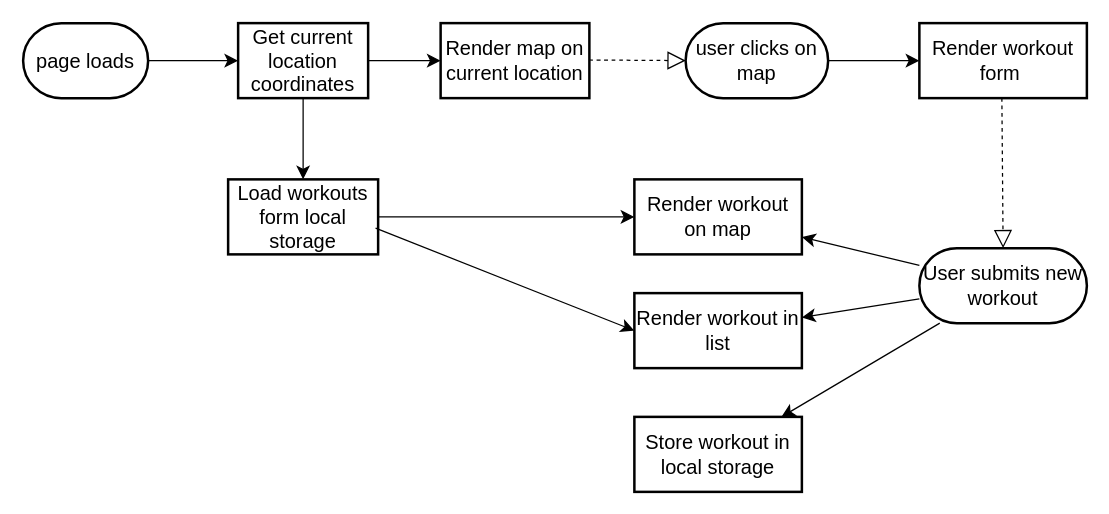
The draw.io diagram Untitled Diagram.drawio in HagarRagab/Mapty, before the edit. Source tidied: cells renumbered, new cells numbered last; positions are measured from the earlier drawing's top-left corner, leaving out a move shared by most shapes. Both pictures are drawn from the tidied source at 125%, with x=0, y=0 at pixel (22, 22).
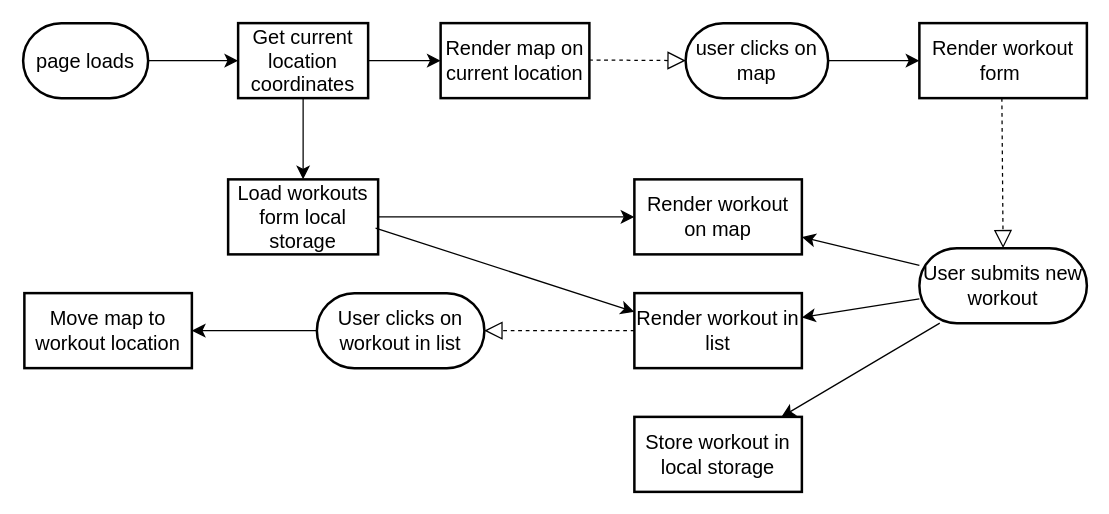
The same diagram, later.

The change refers to these unchanged cells:
```xml
<mxCell id="18" value="Render workout in list" style="rounded=1;whiteSpace=wrap;html=1;fontSize=16;strokeWidth=2;arcSize=0;" parent="1" vertex="1">
  <mxGeometry x="489" y="216" width="134" height="60" as="geometry" />
</mxCell>
<mxCell id="20" value="Load workouts form local storage" style="whiteSpace=wrap;html=1;fontSize=16;strokeWidth=2;" parent="1" vertex="1">
  <mxGeometry x="164" y="125" width="120" height="60" as="geometry" />
</mxCell>
```

Diff of the diagram source:
```diff
@@
-    <mxCell id="22" style="edgeStyle=none;curved=1;rounded=0;jettySize=auto;html=1;fontSize=12;startSize=8;endSize=8;entryX=0;entryY=0.5;entryDx=0;entryDy=0;exitX=0.983;exitY=0.65;exitDx=0;exitDy=0;exitPerimeter=0;" parent="1" edge="1" source="20" target="18">
+    <mxCell id="22" style="edgeStyle=none;curved=1;rounded=0;jettySize=auto;html=1;fontSize=12;startSize=8;endSize=8;entryX=0;entryY=0.25;entryDx=0;entryDy=0;exitX=0.983;exitY=0.65;exitDx=0;exitDy=0;exitPerimeter=0;" parent="1" edge="1" source="20" target="18">
       <mxGeometry relative="1" as="geometry" />
     </mxCell>
+    <mxCell id="23" style="edgeStyle=none;curved=1;rounded=0;jettySize=auto;html=1;fontSize=12;startSize=8;endSize=8;" parent="1" edge="1" source="24" target="25">
+      <mxGeometry relative="1" as="geometry" />
+    </mxCell>
+    <mxCell id="24" value="User clicks on workout in list" style="rounded=1;whiteSpace=wrap;html=1;fontSize=16;strokeWidth=2;arcSize=50;" parent="1" vertex="1">
+      <mxGeometry x="235" y="216" width="134" height="60" as="geometry" />
+    </mxCell>
+    <mxCell id="25" value="Move map to workout location" style="rounded=1;whiteSpace=wrap;html=1;fontSize=16;strokeWidth=2;arcSize=0;" parent="1" vertex="1">
+      <mxGeometry x="1" y="216" width="134" height="60" as="geometry" />
+    </mxCell>
+    <mxCell id="26" style="endArrow=block;dashed=1;endFill=0;endSize=12;html=1;rounded=0;fontSize=12;curved=1;exitX=0;exitY=0.5;exitDx=0;exitDy=0;entryX=1;entryY=0.5;entryDx=0;entryDy=0;" parent="1" edge="1" source="18" target="24">
+      <mxGeometry relative="1" as="geometry" />
+    </mxCell>
```
